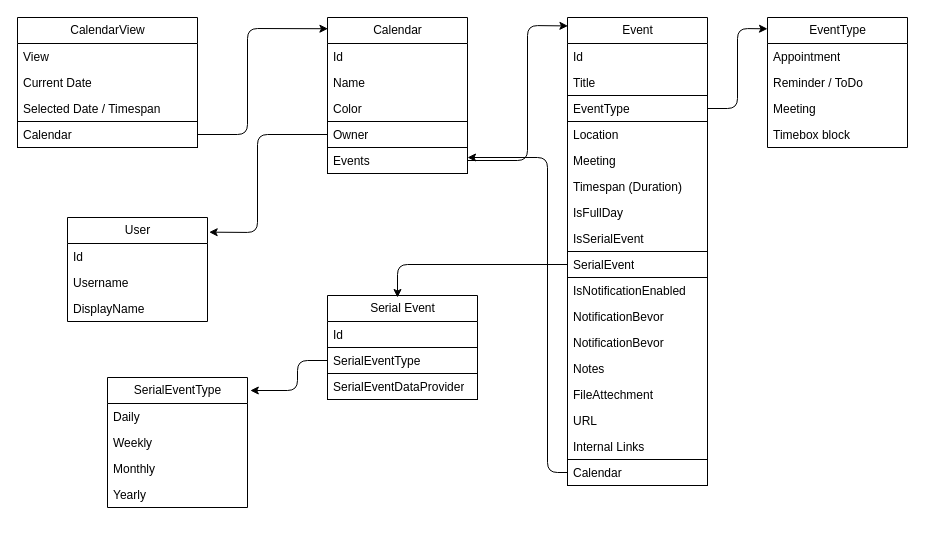
Above: Architecture/Domains/Calendar.drawio in TodoXpress/Documentation (draw.io), before the change. Source tidied: cells renumbered, new cells numbered last; positions are measured from the earlier drawing's top-left corner, leaving out a move shared by most shapes. Both pictures are drawn from the tidied source at 100%, with x=0, y=0 at pixel (17, 17).
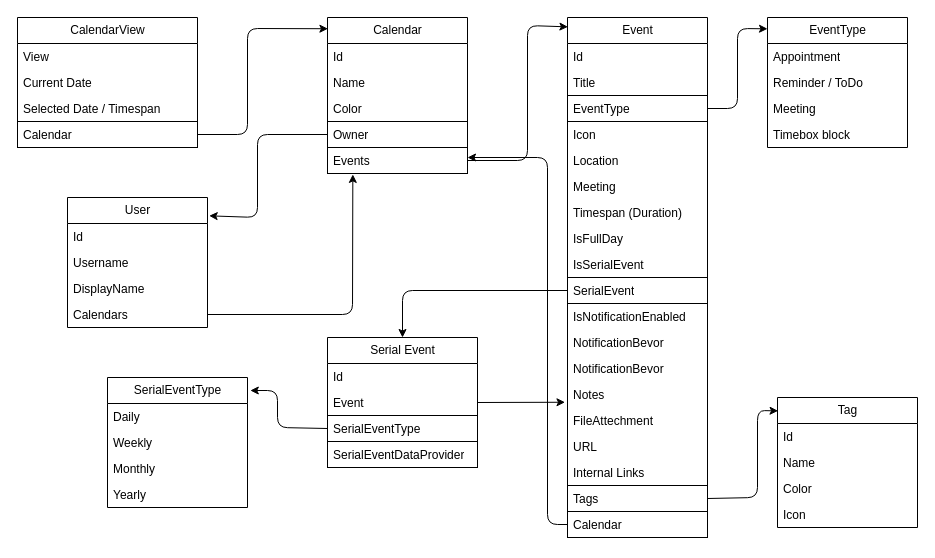
After the change.

Commit message:
apply further details

The change refers to these unchanged cells:
```xml
<mxCell id="11" value="Owner" style="text;strokeColor=default;fillColor=none;align=left;verticalAlign=top;spacingLeft=4;spacingRight=4;overflow=hidden;points=[[0,0.5],[1,0.5]];portConstraint=eastwest;whiteSpace=wrap;html=1;" parent="7" vertex="1">
  <mxGeometry y="104" width="140" height="26" as="geometry" />
</mxCell>
<mxCell id="12" value="Events" style="text;strokeColor=default;fillColor=none;align=left;verticalAlign=top;spacingLeft=4;spacingRight=4;overflow=hidden;points=[[0,0.5],[1,0.5]];portConstraint=eastwest;whiteSpace=wrap;html=1;" parent="7" vertex="1">
  <mxGeometry y="130" width="140" height="26" as="geometry" />
</mxCell>
<mxCell id="50" value="SerialEventType" style="swimlane;fontStyle=0;horizontal=1;startSize=26;fillColor=none;html=1;strokeColor=default;" parent="1" vertex="1">
  <mxGeometry x="90" y="360" width="140" height="130" as="geometry" />
</mxCell>
```

Diff of the diagram source:
```diff
@@
     <mxCell id="14" value="Event" style="swimlane;fontStyle=0;horizontal=1;startSize=26;fillColor=none;html=1;strokeColor=default;" parent="1" vertex="1">
-      <mxGeometry x="550" width="140" height="468" as="geometry" />
+      <mxGeometry x="550" width="140" height="520" as="geometry" />
     </mxCell>
@@
+    <mxCell id="56" value="Icon" style="text;strokeColor=none;fillColor=none;align=left;verticalAlign=top;spacingLeft=4;spacingRight=4;overflow=hidden;whiteSpace=wrap;html=1;" parent="14" vertex="1">
+      <mxGeometry y="104" width="140" height="26" as="geometry" />
+    </mxCell>
     <mxCell id="18" value="Location" style="text;strokeColor=none;fillColor=none;align=left;verticalAlign=top;spacingLeft=4;spacingRight=4;overflow=hidden;whiteSpace=wrap;html=1;" parent="14" vertex="1">
-      <mxGeometry y="104" width="140" height="26" as="geometry" />
+      <mxGeometry y="130" width="140" height="26" as="geometry" />
     </mxCell>
     <mxCell id="19" value="Meeting" style="text;strokeColor=none;fillColor=none;align=left;verticalAlign=top;spacingLeft=4;spacingRight=4;overflow=hidden;whiteSpace=wrap;html=1;" parent="14" vertex="1">
-      <mxGeometry y="130" width="140" height="26" as="geometry" />
+      <mxGeometry y="156" width="140" height="26" as="geometry" />
     </mxCell>
     <mxCell id="20" value="Timespan (Duration)" style="text;strokeColor=none;fillColor=none;align=left;verticalAlign=top;spacingLeft=4;spacingRight=4;overflow=hidden;whiteSpace=wrap;html=1;" parent="14" vertex="1">
-      <mxGeometry y="156" width="140" height="26" as="geometry" />
+      <mxGeometry y="182" width="140" height="26" as="geometry" />
     </mxCell>
     <mxCell id="21" value="IsFullDay" style="text;strokeColor=none;fillColor=none;align=left;verticalAlign=top;spacingLeft=4;spacingRight=4;overflow=hidden;whiteSpace=wrap;html=1;" parent="14" vertex="1">
-      <mxGeometry y="182" width="140" height="26" as="geometry" />
+      <mxGeometry y="208" width="140" height="26" as="geometry" />
     </mxCell>
     <mxCell id="22" value="IsSerialEvent" style="text;strokeColor=none;fillColor=none;align=left;verticalAlign=top;spacingLeft=4;spacingRight=4;overflow=hidden;whiteSpace=wrap;html=1;" parent="14" vertex="1">
-      <mxGeometry y="208" width="140" height="26" as="geometry" />
+      <mxGeometry y="234" width="140" height="26" as="geometry" />
     </mxCell>
     <mxCell id="23" value="SerialEvent" style="text;strokeColor=default;fillColor=none;align=left;verticalAlign=top;spacingLeft=4;spacingRight=4;overflow=hidden;points=[[0,0.5],[1,0.5]];portConstraint=eastwest;whiteSpace=wrap;html=1;" parent="14" vertex="1">
-      <mxGeometry y="234" width="140" height="26" as="geometry" />
+      <mxGeometry y="260" width="140" height="26" as="geometry" />
     </mxCell>
     <mxCell id="24" value="IsNotificationEnabled" style="text;strokeColor=none;fillColor=none;align=left;verticalAlign=top;spacingLeft=4;spacingRight=4;overflow=hidden;whiteSpace=wrap;html=1;" parent="14" vertex="1">
-      <mxGeometry y="260" width="140" height="26" as="geometry" />
+      <mxGeometry y="286" width="140" height="26" as="geometry" />
     </mxCell>
     <mxCell id="25" value="NotificationBevor" style="text;strokeColor=none;fillColor=none;align=left;verticalAlign=top;spacingLeft=4;spacingRight=4;overflow=hidden;whiteSpace=wrap;html=1;" parent="14" vertex="1">
-      <mxGeometry y="286" width="140" height="26" as="geometry" />
+      <mxGeometry y="312" width="140" height="26" as="geometry" />
     </mxCell>
     <mxCell id="26" value="NotificationBevor" style="text;strokeColor=none;fillColor=none;align=left;verticalAlign=top;spacingLeft=4;spacingRight=4;overflow=hidden;whiteSpace=wrap;html=1;" parent="14" vertex="1">
-      <mxGeometry y="312" width="140" height="26" as="geometry" />
+      <mxGeometry y="338" width="140" height="26" as="geometry" />
     </mxCell>
     <mxCell id="27" value="Notes" style="text;strokeColor=none;fillColor=none;align=left;verticalAlign=top;spacingLeft=4;spacingRight=4;overflow=hidden;points=[[0,0.5],[1,0.5]];portConstraint=eastwest;whiteSpace=wrap;html=1;" parent="14" vertex="1">
-      <mxGeometry y="338" width="140" height="26" as="geometry" />
+      <mxGeometry y="364" width="140" height="26" as="geometry" />
     </mxCell>
     <mxCell id="28" value="FileAttechment" style="text;strokeColor=none;fillColor=none;align=left;verticalAlign=top;spacingLeft=4;spacingRight=4;overflow=hidden;whiteSpace=wrap;html=1;" parent="14" vertex="1">
-      <mxGeometry y="364" width="140" height="26" as="geometry" />
+      <mxGeometry y="390" width="140" height="26" as="geometry" />
     </mxCell>
     <mxCell id="29" value="URL" style="text;strokeColor=none;fillColor=none;align=left;verticalAlign=top;spacingLeft=4;spacingRight=4;overflow=hidden;whiteSpace=wrap;html=1;" parent="14" vertex="1">
-      <mxGeometry y="390" width="140" height="26" as="geometry" />
+      <mxGeometry y="416" width="140" height="26" as="geometry" />
     </mxCell>
     <mxCell id="30" value="Internal Links" style="text;strokeColor=none;fillColor=none;align=left;verticalAlign=top;spacingLeft=4;spacingRight=4;overflow=hidden;whiteSpace=wrap;html=1;" parent="14" vertex="1">
-      <mxGeometry y="416" width="140" height="26" as="geometry" />
+      <mxGeometry y="442" width="140" height="26" as="geometry" />
     </mxCell>
+    <mxCell id="57" value="Tags" style="text;strokeColor=default;fillColor=none;align=left;verticalAlign=top;spacingLeft=4;spacingRight=4;overflow=hidden;points=[[0,0.5],[1,0.5]];portConstraint=eastwest;whiteSpace=wrap;html=1;" parent="14" vertex="1">
+      <mxGeometry y="468" width="140" height="26" as="geometry" />
+    </mxCell>
     <mxCell id="31" value="Calendar" style="text;strokeColor=default;fillColor=none;align=left;verticalAlign=top;spacingLeft=4;spacingRight=4;overflow=hidden;points=[[0,0.5],[1,0.5]];portConstraint=eastwest;whiteSpace=wrap;html=1;" parent="14" vertex="1">
-      <mxGeometry y="442" width="140" height="26" as="geometry" />
+      <mxGeometry y="494" width="140" height="26" as="geometry" />
     </mxCell>
@@
     <mxCell id="33" style="edgeStyle=none;html=1;exitX=0;exitY=0.5;exitDx=0;exitDy=0;" parent="1" edge="1" source="31">
       <mxGeometry relative="1" as="geometry">
         <mxPoint x="450" y="140" as="targetPoint" />
         <Array as="points">
-          <mxPoint x="530" y="455" />
+          <mxPoint x="530" y="507" />
           <mxPoint x="530" y="140" />
         </Array>
       </mxGeometry>
     </mxCell>
     <mxCell id="34" value="Serial Event" style="swimlane;fontStyle=0;horizontal=1;startSize=26;fillColor=none;html=1;strokeColor=default;" parent="1" vertex="1">
-      <mxGeometry x="310" y="278" width="150" height="104" as="geometry" />
+      <mxGeometry x="310" y="320" width="150" height="130" as="geometry" />
     </mxCell>
@@
+    <mxCell id="58" value="Event" style="text;strokeColor=none;fillColor=none;align=left;verticalAlign=top;spacingLeft=4;spacingRight=4;overflow=hidden;points=[[0,0.5],[1,0.5]];portConstraint=eastwest;whiteSpace=wrap;html=1;" parent="34" vertex="1">
+      <mxGeometry y="52" width="150" height="26" as="geometry" />
+    </mxCell>
     <mxCell id="36" value="SerialEventType" style="text;strokeColor=default;fillColor=none;align=left;verticalAlign=top;spacingLeft=4;spacingRight=4;overflow=hidden;points=[[0,0.5],[1,0.5]];portConstraint=eastwest;whiteSpace=wrap;html=1;" parent="34" vertex="1">
-      <mxGeometry y="52" width="150" height="26" as="geometry" />
+      <mxGeometry y="78" width="150" height="26" as="geometry" />
     </mxCell>
     <mxCell id="37" value="SerialEventDataProvider" style="text;strokeColor=default;fillColor=none;align=left;verticalAlign=top;spacingLeft=4;spacingRight=4;overflow=hidden;whiteSpace=wrap;html=1;" parent="34" vertex="1">
-      <mxGeometry y="78" width="150" height="26" as="geometry" />
+      <mxGeometry y="104" width="150" height="26" as="geometry" />
     </mxCell>
-    <mxCell id="38" style="edgeStyle=none;html=1;exitX=0;exitY=0.5;exitDx=0;exitDy=0;" parent="1" edge="1" source="23">
+    <mxCell id="38" style="edgeStyle=none;html=1;exitX=0;exitY=0.5;exitDx=0;exitDy=0;entryX=0.5;entryY=0;entryDx=0;entryDy=0;" parent="1" edge="1" source="23" target="34">
       <mxGeometry relative="1" as="geometry">
-        <mxPoint x="380" y="280" as="targetPoint" />
         <Array as="points">
-          <mxPoint x="380" y="247" />
+          <mxPoint x="385" y="273" />
         </Array>
       </mxGeometry>
     </mxCell>
     <mxCell id="39" value="User" style="swimlane;fontStyle=0;horizontal=1;startSize=26;fillColor=none;html=1;strokeColor=default;" parent="1" vertex="1">
-      <mxGeometry x="50" y="200" width="140" height="104" as="geometry" />
+      <mxGeometry x="50" y="180" width="140" height="130" as="geometry" />
     </mxCell>
@@
+    <mxCell id="59" value="Calendars" style="text;strokeColor=none;fillColor=none;align=left;verticalAlign=top;spacingLeft=4;spacingRight=4;overflow=hidden;points=[[0,0.5],[1,0.5]];portConstraint=eastwest;whiteSpace=wrap;html=1;" parent="39" vertex="1">
+      <mxGeometry y="104" width="140" height="26" as="geometry" />
+    </mxCell>
     <mxCell id="43" style="edgeStyle=none;html=1;exitX=0;exitY=0.5;exitDx=0;exitDy=0;entryX=1.012;entryY=0.141;entryDx=0;entryDy=0;entryPerimeter=0;" parent="1" edge="1" source="11" target="39">
       <mxGeometry relative="1" as="geometry">
         <Array as="points">
           <mxPoint x="240" y="117" />
-          <mxPoint x="240" y="215" />
+          <mxPoint x="240" y="200" />
         </Array>
       </mxGeometry>
     </mxCell>
@@
     <mxCell id="55" style="edgeStyle=none;html=1;exitX=0;exitY=0.5;exitDx=0;exitDy=0;entryX=1.02;entryY=0.1;entryDx=0;entryDy=0;entryPerimeter=0;" parent="1" edge="1" source="36" target="50">
       <mxGeometry relative="1" as="geometry">
         <Array as="points">
-          <mxPoint x="280" y="343" />
-          <mxPoint x="280" y="373" />
+          <mxPoint x="260" y="410" />
+          <mxPoint x="260" y="373" />
         </Array>
       </mxGeometry>
     </mxCell>
+    <mxCell id="60" value="Tag" style="swimlane;fontStyle=0;horizontal=1;startSize=26;fillColor=none;html=1;" parent="1" vertex="1">
+      <mxGeometry x="760" y="380" width="140" height="130" as="geometry" />
+    </mxCell>
+    <mxCell id="61" value="Id" style="text;strokeColor=none;fillColor=none;align=left;verticalAlign=top;spacingLeft=4;spacingRight=4;overflow=hidden;whiteSpace=wrap;html=1;" parent="60" vertex="1">
+      <mxGeometry y="26" width="140" height="26" as="geometry" />
+    </mxCell>
+    <mxCell id="62" value="Name" style="text;strokeColor=none;fillColor=none;align=left;verticalAlign=top;spacingLeft=4;spacingRight=4;overflow=hidden;whiteSpace=wrap;html=1;" parent="60" vertex="1">
+      <mxGeometry y="52" width="140" height="26" as="geometry" />
+    </mxCell>
+    <mxCell id="63" value="Color" style="text;strokeColor=none;fillColor=none;align=left;verticalAlign=top;spacingLeft=4;spacingRight=4;overflow=hidden;whiteSpace=wrap;html=1;" parent="60" vertex="1">
+      <mxGeometry y="78" width="140" height="26" as="geometry" />
+    </mxCell>
+    <mxCell id="64" value="Icon" style="text;strokeColor=none;fillColor=none;align=left;verticalAlign=top;spacingLeft=4;spacingRight=4;overflow=hidden;whiteSpace=wrap;html=1;" parent="60" vertex="1">
+      <mxGeometry y="104" width="140" height="26" as="geometry" />
+    </mxCell>
+    <mxCell id="65" style="edgeStyle=none;html=1;exitX=1;exitY=0.5;exitDx=0;exitDy=0;entryX=0.004;entryY=0.103;entryDx=0;entryDy=0;entryPerimeter=0;" parent="1" edge="1" source="57" target="60">
+      <mxGeometry relative="1" as="geometry">
+        <Array as="points">
+          <mxPoint x="740" y="480" />
+          <mxPoint x="740" y="393" />
+        </Array>
+      </mxGeometry>
+    </mxCell>
+    <mxCell id="66" style="edgeStyle=none;html=1;exitX=1;exitY=0.5;exitDx=0;exitDy=0;entryX=0.181;entryY=1.035;entryDx=0;entryDy=0;entryPerimeter=0;" parent="1" edge="1" source="59" target="12">
+      <mxGeometry relative="1" as="geometry">
+        <Array as="points">
+          <mxPoint x="335" y="297" />
+        </Array>
+      </mxGeometry>
+    </mxCell>
+    <mxCell id="67" style="edgeStyle=none;html=1;exitX=1;exitY=0.5;exitDx=0;exitDy=0;entryX=-0.018;entryY=0.798;entryDx=0;entryDy=0;entryPerimeter=0;" parent="1" edge="1" source="58" target="27">
+      <mxGeometry relative="1" as="geometry" />
+    </mxCell>
```
